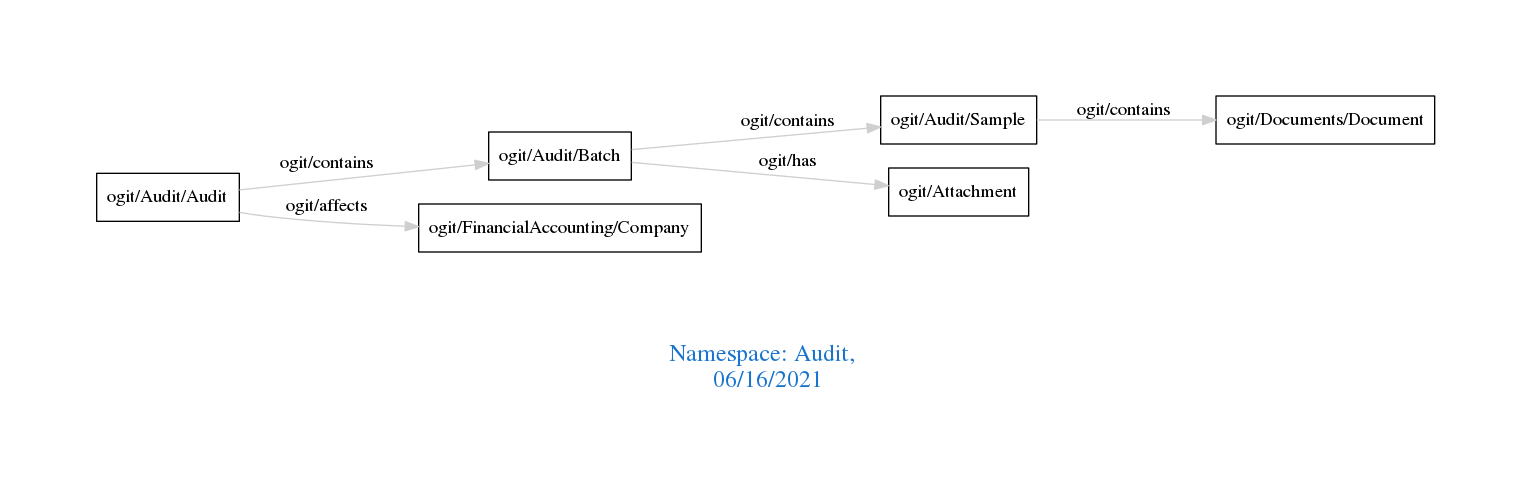
arago/OGIT keeps this Graphviz diagram as downloads/Audit.png. Above is the earlier version. Its source is kept beside it as downloads/Audit.dot.
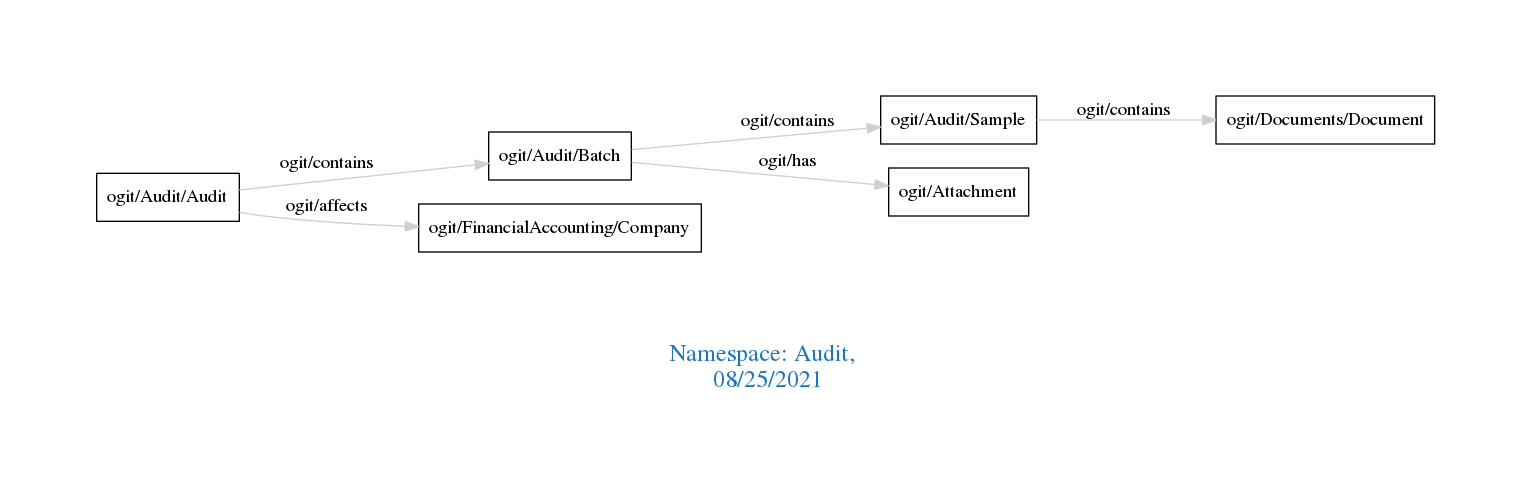
After the change.

Diff of the diagram source:
```diff
@@ -1,7 +1,7 @@
 digraph OGIT_ontology {
  graph [ rankdir= LR,pad=1
 fontsize = 18,
-fontcolor= dodgerblue3,label = "\n\n\nNamespace: Audit, \n 06/16/2021"];
+fontcolor= dodgerblue3,label = "\n\n\nNamespace: Audit, \n 08/25/2021"];
 node[shape=polygon];
 edge [  color="gray81"];
 
```
